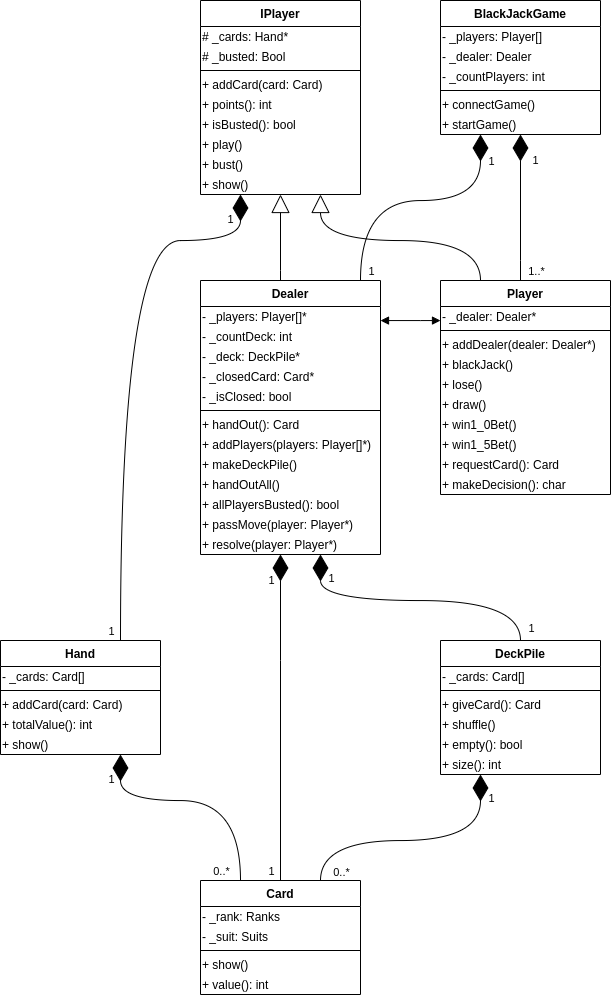
Above: UML/S1_baseOfGame_interfaces.png in MihaJjDa/BlackJack (draw.io), before the change. Source tidied: cells renumbered, new cells last; positions are measured from the earlier drawing's top-left corner, leaving out a move shared by most shapes.
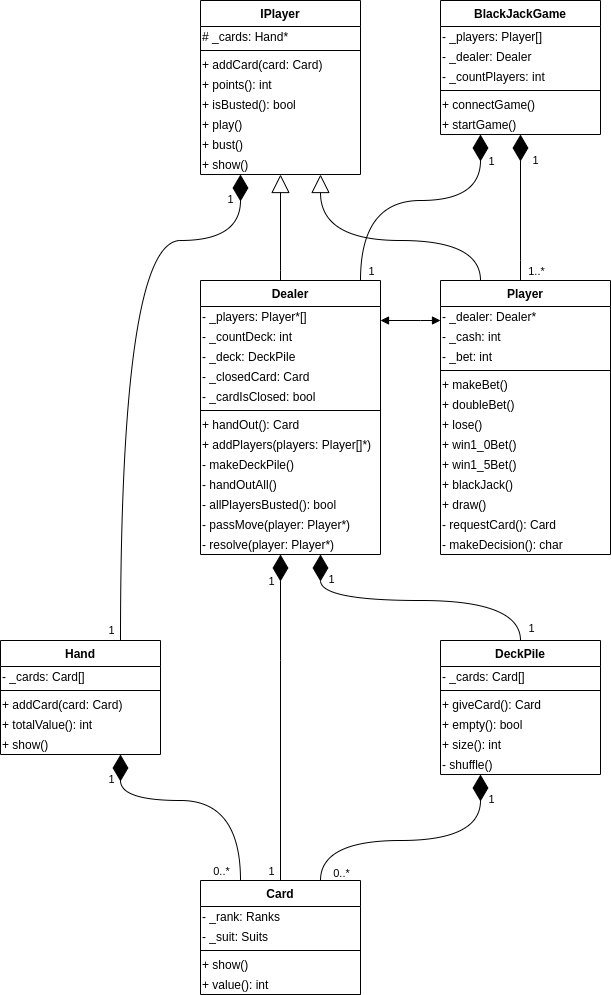
The same file after the commit.

Commit message:
1. Update UML for bets

Change to the diagram source:
```diff
@@ -135,34 +135,31 @@
       </mxGeometry>
     </mxCell>
     <mxCell id="23" value="IPlayer" style="swimlane;fontStyle=1;align=center;verticalAlign=top;horizontal=1;startSize=26;" parent="1" vertex="1">
-      <mxGeometry x="200" width="160" height="194" as="geometry" />
+      <mxGeometry x="200" width="160" height="174" as="geometry" />
     </mxCell>
     <mxCell id="24" value="# _cards: Hand*" style="text;html=1;align=left;verticalAlign=middle;" parent="23" vertex="1">
       <mxGeometry y="26" width="160" height="20" as="geometry" />
     </mxCell>
-    <mxCell id="25" value="# _busted: Bool" style="text;html=1;align=left;verticalAlign=middle;" parent="23" vertex="1">
-      <mxGeometry y="46" width="160" height="20" as="geometry" />
-    </mxCell>
     <mxCell id="26" style="line;strokeWidth=1;fillColor=none;align=left;verticalAlign=middle;spacingTop=-1;spacingLeft=3;spacingRight=3;labelPosition=right;" parent="23" vertex="1">
-      <mxGeometry y="66" width="160" height="8" as="geometry" />
+      <mxGeometry y="46" width="160" height="8" as="geometry" />
     </mxCell>
     <mxCell id="27" value="+ addCard(card: Card)" style="text;html=1;align=left;verticalAlign=middle;" parent="23" vertex="1">
-      <mxGeometry y="74" width="160" height="20" as="geometry" />
+      <mxGeometry y="54" width="160" height="20" as="geometry" />
     </mxCell>
     <mxCell id="28" value="+ points(): int" style="text;html=1;align=left;verticalAlign=middle;" parent="23" vertex="1">
-      <mxGeometry y="94" width="160" height="20" as="geometry" />
+      <mxGeometry y="74" width="160" height="20" as="geometry" />
     </mxCell>
     <mxCell id="29" value="+ isBusted(): bool" style="text;html=1;align=left;verticalAlign=middle;" parent="23" vertex="1">
-      <mxGeometry y="114" width="160" height="20" as="geometry" />
+      <mxGeometry y="94" width="160" height="20" as="geometry" />
     </mxCell>
     <mxCell id="30" value="+ play()" style="text;html=1;align=left;verticalAlign=middle;" parent="23" vertex="1">
-      <mxGeometry y="134" width="160" height="20" as="geometry" />
+      <mxGeometry y="114" width="160" height="20" as="geometry" />
     </mxCell>
     <mxCell id="31" value="+ bust()" style="text;html=1;align=left;verticalAlign=middle;" parent="23" vertex="1">
-      <mxGeometry y="154" width="160" height="20" as="geometry" />
+      <mxGeometry y="134" width="160" height="20" as="geometry" />
     </mxCell>
     <mxCell id="32" value="+ show()" style="text;html=1;align=left;verticalAlign=middle;" parent="23" vertex="1">
-      <mxGeometry y="174" width="160" height="20" as="geometry" />
+      <mxGeometry y="154" width="160" height="20" as="geometry" />
     </mxCell>
     <mxCell id="33" value="BlackJackGame" style="swimlane;fontStyle=1;align=center;verticalAlign=top;horizontal=1;startSize=26;" parent="1" vertex="1">
       <mxGeometry x="440" width="160" height="134" as="geometry" />
@@ -188,19 +185,19 @@
     <mxCell id="40" value="Dealer" style="swimlane;fontStyle=1;align=center;verticalAlign=top;horizontal=1;startSize=26;" parent="1" vertex="1">
       <mxGeometry x="200" y="280" width="180" height="274" as="geometry" />
     </mxCell>
-    <mxCell id="41" value="- _players: Player[]*" style="text;html=1;align=left;verticalAlign=middle;" parent="40" vertex="1">
+    <mxCell id="41" value="- _players: Player*[]" style="text;html=1;align=left;verticalAlign=middle;" parent="40" vertex="1">
       <mxGeometry y="26" width="180" height="20" as="geometry" />
     </mxCell>
     <mxCell id="42" value="- _countDeck: int" style="text;html=1;align=left;verticalAlign=middle;" parent="40" vertex="1">
       <mxGeometry y="46" width="180" height="20" as="geometry" />
     </mxCell>
-    <mxCell id="43" value="- _deck: DeckPile*" style="text;html=1;align=left;verticalAlign=middle;" parent="40" vertex="1">
+    <mxCell id="43" value="- _deck: DeckPile" style="text;html=1;align=left;verticalAlign=middle;" parent="40" vertex="1">
       <mxGeometry y="66" width="180" height="20" as="geometry" />
     </mxCell>
-    <mxCell id="44" value="- _closedCard: Card*" style="text;html=1;align=left;verticalAlign=middle;" parent="40" vertex="1">
+    <mxCell id="44" value="- _closedCard: Card" style="text;html=1;align=left;verticalAlign=middle;" parent="40" vertex="1">
       <mxGeometry y="86" width="180" height="20" as="geometry" />
     </mxCell>
-    <mxCell id="45" value="- _isClosed: bool" style="text;html=1;align=left;verticalAlign=middle;" parent="40" vertex="1">
+    <mxCell id="45" value="- _cardIsClosed: bool" style="text;html=1;align=left;verticalAlign=middle;" parent="40" vertex="1">
       <mxGeometry y="106" width="180" height="20" as="geometry" />
     </mxCell>
     <mxCell id="46" style="line;strokeWidth=1;fillColor=none;align=left;verticalAlign=middle;spacingTop=-1;spacingLeft=3;spacingRight=3;labelPosition=right;" parent="40" vertex="1">
@@ -212,53 +209,62 @@
     <mxCell id="48" value="+ addPlayers(players: Player[]*)" style="text;html=1;align=left;verticalAlign=middle;" parent="40" vertex="1">
       <mxGeometry y="154" width="180" height="20" as="geometry" />
     </mxCell>
-    <mxCell id="49" value="+ makeDeckPile()" style="text;html=1;align=left;verticalAlign=middle;" parent="40" vertex="1">
+    <mxCell id="49" value="- makeDeckPile()" style="text;html=1;align=left;verticalAlign=middle;" parent="40" vertex="1">
       <mxGeometry y="174" width="180" height="20" as="geometry" />
     </mxCell>
-    <mxCell id="50" value="+ handOutAll()" style="text;html=1;align=left;verticalAlign=middle;" parent="40" vertex="1">
+    <mxCell id="50" value="- handOutAll()" style="text;html=1;align=left;verticalAlign=middle;" parent="40" vertex="1">
       <mxGeometry y="194" width="180" height="20" as="geometry" />
     </mxCell>
-    <mxCell id="51" value="+ allPlayersBusted(): bool" style="text;html=1;align=left;verticalAlign=middle;" parent="40" vertex="1">
+    <mxCell id="51" value="- allPlayersBusted(): bool" style="text;html=1;align=left;verticalAlign=middle;" parent="40" vertex="1">
       <mxGeometry y="214" width="180" height="20" as="geometry" />
     </mxCell>
-    <mxCell id="52" value="+ passMove(player: Player*)" style="text;html=1;align=left;verticalAlign=middle;" parent="40" vertex="1">
+    <mxCell id="52" value="- passMove(player: Player*)" style="text;html=1;align=left;verticalAlign=middle;" parent="40" vertex="1">
       <mxGeometry y="234" width="180" height="20" as="geometry" />
     </mxCell>
-    <mxCell id="53" value="+ resolve(player: Player*)" style="text;html=1;align=left;verticalAlign=middle;" parent="40" vertex="1">
+    <mxCell id="53" value="- resolve(player: Player*)" style="text;html=1;align=left;verticalAlign=middle;" parent="40" vertex="1">
       <mxGeometry y="254" width="180" height="20" as="geometry" />
     </mxCell>
     <mxCell id="54" value="Player" style="swimlane;fontStyle=1;align=center;verticalAlign=top;horizontal=1;startSize=26;" parent="1" vertex="1">
-      <mxGeometry x="440" y="280" width="170" height="214" as="geometry" />
+      <mxGeometry x="440" y="280" width="170" height="274" as="geometry" />
     </mxCell>
     <mxCell id="55" value="- _dealer: Dealer*" style="text;html=1;align=left;verticalAlign=middle;" parent="54" vertex="1">
       <mxGeometry y="26" width="170" height="20" as="geometry" />
     </mxCell>
+    <mxCell id="85" value="- _cash: int" style="text;html=1;align=left;verticalAlign=middle;" parent="54" vertex="1">
+      <mxGeometry y="46" width="170" height="20" as="geometry" />
+    </mxCell>
+    <mxCell id="86" value="- _bet: int" style="text;html=1;align=left;verticalAlign=middle;" parent="54" vertex="1">
+      <mxGeometry y="66" width="170" height="20" as="geometry" />
+    </mxCell>
     <mxCell id="56" style="line;strokeWidth=1;fillColor=none;align=left;verticalAlign=middle;spacingTop=-1;spacingLeft=3;spacingRight=3;labelPosition=right;" parent="54" vertex="1">
-      <mxGeometry y="46" width="170" height="8" as="geometry" />
+      <mxGeometry y="86" width="170" height="8" as="geometry" />
     </mxCell>
-    <mxCell id="57" value="+ addDealer(dealer: Dealer*)" style="text;html=1;align=left;verticalAlign=middle;" parent="54" vertex="1">
-      <mxGeometry y="54" width="170" height="20" as="geometry" />
-    </mxCell>
-    <mxCell id="58" value="+ blackJack()" style="text;html=1;align=left;verticalAlign=middle;" parent="54" vertex="1">
-      <mxGeometry y="74" width="170" height="20" as="geometry" />
-    </mxCell>
+    <mxCell id="87" value="+ makeBet()" style="text;html=1;align=left;verticalAlign=middle;" parent="54" vertex="1">
+      <mxGeometry y="94" width="170" height="20" as="geometry" />
+    </mxCell>
+    <mxCell id="88" value="+ doubleBet()" style="text;html=1;align=left;verticalAlign=middle;" parent="54" vertex="1">
+      <mxGeometry y="114" width="170" height="20" as="geometry" />
+    </mxCell>
     <mxCell id="59" value="+ lose()" style="text;html=1;align=left;verticalAlign=middle;" parent="54" vertex="1">
-      <mxGeometry y="94" width="170" height="20" as="geometry" />
+      <mxGeometry y="134" width="170" height="20" as="geometry" />
     </mxCell>
-    <mxCell id="60" value="+ draw()" style="text;html=1;align=left;verticalAlign=middle;" parent="54" vertex="1">
-      <mxGeometry y="114" width="170" height="20" as="geometry" />
-    </mxCell>
     <mxCell id="61" value="+ win1_0Bet()" style="text;html=1;align=left;verticalAlign=middle;" parent="54" vertex="1">
-      <mxGeometry y="134" width="170" height="20" as="geometry" />
+      <mxGeometry y="154" width="170" height="20" as="geometry" />
     </mxCell>
     <mxCell id="62" value="+ win1_5Bet()" style="text;html=1;align=left;verticalAlign=middle;" parent="54" vertex="1">
-      <mxGeometry y="154" width="170" height="20" as="geometry" />
+      <mxGeometry y="174" width="170" height="20" as="geometry" />
     </mxCell>
+    <mxCell id="58" value="+ blackJack()" style="text;html=1;align=left;verticalAlign=middle;" parent="54" vertex="1">
+      <mxGeometry y="194" width="170" height="20" as="geometry" />
+    </mxCell>
+    <mxCell id="60" value="+ draw()" style="text;html=1;align=left;verticalAlign=middle;" parent="54" vertex="1">
+      <mxGeometry y="214" width="170" height="20" as="geometry" />
+    </mxCell>
-    <mxCell id="63" value="+ requestCard(): Card" style="text;html=1;align=left;verticalAlign=middle;" parent="54" vertex="1">
-      <mxGeometry y="174" width="170" height="20" as="geometry" />
+    <mxCell id="63" value="- requestCard(): Card" style="text;html=1;align=left;verticalAlign=middle;" parent="54" vertex="1">
+      <mxGeometry y="234" width="170" height="20" as="geometry" />
     </mxCell>
-    <mxCell id="64" value="+ makeDecision(): char" style="text;html=1;align=left;verticalAlign=middle;" parent="54" vertex="1">
-      <mxGeometry y="194" width="170" height="20" as="geometry" />
+    <mxCell id="64" value="- makeDecision(): char" style="text;html=1;align=left;verticalAlign=middle;" parent="54" vertex="1">
+      <mxGeometry y="254" width="170" height="20" as="geometry" />
     </mxCell>
     <mxCell id="65" style="endArrow=block;startArrow=block;endFill=1;startFill=1;html=1;edgeStyle=orthogonalEdgeStyle;curved=1;" parent="1" edge="1" source="40" target="54">
       <mxGeometry relative="1" as="geometry">
@@ -280,15 +286,15 @@
     <mxCell id="69" value="+ giveCard(): Card" style="text;html=1;align=left;verticalAlign=middle;" parent="66" vertex="1">
       <mxGeometry y="54" width="160" height="20" as="geometry" />
     </mxCell>
-    <mxCell id="70" value="+ shuffle()" style="text;html=1;align=left;verticalAlign=middle;" parent="66" vertex="1">
-      <mxGeometry y="74" width="160" height="20" as="geometry" />
-    </mxCell>
     <mxCell id="71" value="+ empty(): bool" style="text;html=1;align=left;verticalAlign=middle;" parent="66" vertex="1">
-      <mxGeometry y="94" width="160" height="20" as="geometry" />
+      <mxGeometry y="74" width="160" height="20" as="geometry" />
     </mxCell>
     <mxCell id="72" value="+ size(): int" style="text;html=1;align=left;verticalAlign=middle;" parent="66" vertex="1">
-      <mxGeometry y="114" width="160" height="20" as="geometry" />
+      <mxGeometry y="94" width="160" height="20" as="geometry" />
     </mxCell>
+    <mxCell id="70" value="- shuffle()" style="text;html=1;align=left;verticalAlign=middle;" parent="66" vertex="1">
+      <mxGeometry y="114" width="160" height="20" as="geometry" />
+    </mxCell>
     <mxCell id="73" value="Hand" style="swimlane;fontStyle=1;align=center;verticalAlign=top;horizontal=1;startSize=26;" parent="1" vertex="1">
       <mxGeometry y="640" width="160" height="114" as="geometry" />
     </mxCell>
```
